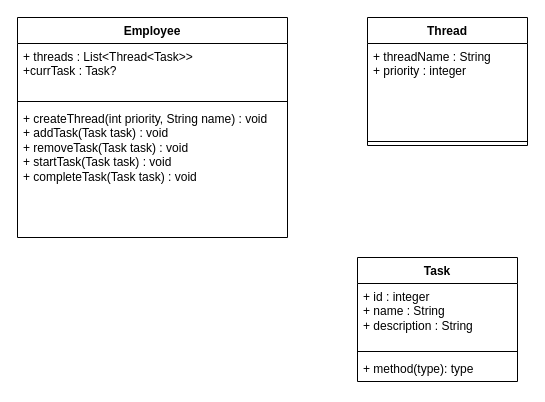
Before: Untitled Diagram.drawio in Anand-Jangid/LLD, a draw.io diagram. Source tidied: cells renumbered, new cells numbered last; positions are measured from the earlier drawing's top-left corner, leaving out a move shared by most shapes. Both pictures are drawn from the tidied source at 100%, with x=0, y=0 at pixel (17, 17).
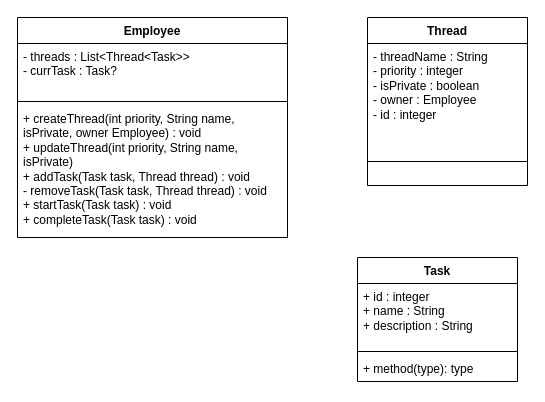
After the change.

Diff of the diagram source:
```diff
@@
 <mxGraphModel>
   <root>
     <mxCell id="0" />
     <mxCell id="1" parent="0" />
     <mxCell id="2" value="Employee" style="swimlane;fontStyle=1;align=center;verticalAlign=top;horizontal=1;startSize=26;whiteSpace=wrap;html=1;" parent="1" vertex="1">
       <mxGeometry width="270" height="220" as="geometry" />
     </mxCell>
-    <mxCell id="3" value="&lt;div&gt;+ threads : List&amp;lt;Thread&amp;lt;Task&amp;gt;&amp;gt;&lt;/div&gt;&lt;div&gt;+currTask : Task?&lt;/div&gt;&lt;div&gt;&lt;br&gt;&lt;/div&gt;" style="text;strokeColor=none;fillColor=none;align=left;verticalAlign=top;spacingLeft=4;spacingRight=4;overflow=hidden;whiteSpace=wrap;html=1;" parent="2" vertex="1">
+    <mxCell id="3" value="&lt;div&gt;- threads : List&amp;lt;Thread&amp;lt;Task&amp;gt;&amp;gt;&lt;/div&gt;&lt;div&gt;- currTask : Task?&lt;/div&gt;&lt;div&gt;&lt;br&gt;&lt;/div&gt;" style="text;strokeColor=none;fillColor=none;align=left;verticalAlign=top;spacingLeft=4;spacingRight=4;overflow=hidden;whiteSpace=wrap;html=1;" parent="2" vertex="1">
       <mxGeometry y="26" width="270" height="54" as="geometry" />
     </mxCell>
     <mxCell id="4" style="line;strokeWidth=1;fillColor=none;align=left;verticalAlign=middle;spacingTop=-1;spacingLeft=3;spacingRight=3;labelPosition=right;strokeColor=inherit;" parent="2" vertex="1">
       <mxGeometry y="80" width="270" height="8" as="geometry" />
     </mxCell>
-    <mxCell id="5" value="+ createThread(int priority, String name) : void&lt;div&gt;+ addTask(Task task) : void&lt;/div&gt;&lt;div&gt;+ removeTask(Task task) : void&lt;/div&gt;&lt;div&gt;+ startTask(Task task) : void&lt;/div&gt;&lt;div&gt;+ completeTask(Task task) : void&lt;/div&gt;&lt;div&gt;&lt;br&gt;&lt;/div&gt;" style="text;strokeColor=none;fillColor=none;align=left;verticalAlign=top;spacingLeft=4;spacingRight=4;overflow=hidden;whiteSpace=wrap;html=1;" parent="2" vertex="1">
+    <mxCell id="5" value="+ createThread(int priority, String name, isPrivate, owner Employee) : void&lt;div&gt;+ updateThread(int priority, String name, isPrivate)&lt;/div&gt;&lt;div&gt;+ addTask(Task task, Thread thread) : void&lt;/div&gt;&lt;div&gt;- removeTask(Task task, Thread thread) : void&lt;/div&gt;&lt;div&gt;+ startTask(Task task) : void&lt;/div&gt;&lt;div&gt;+ completeTask(Task task) : void&lt;/div&gt;&lt;div&gt;&lt;br&gt;&lt;/div&gt;" style="text;strokeColor=none;fillColor=none;align=left;verticalAlign=top;spacingLeft=4;spacingRight=4;overflow=hidden;whiteSpace=wrap;html=1;" parent="2" vertex="1">
       <mxGeometry y="88" width="270" height="132" as="geometry" />
     </mxCell>
     <mxCell id="6" value="Thread" style="swimlane;fontStyle=1;align=center;verticalAlign=top;horizontal=1;startSize=26;whiteSpace=wrap;html=1;" parent="1" vertex="1">
-      <mxGeometry x="350" width="160" height="128" as="geometry" />
+      <mxGeometry x="350" width="160" height="168" as="geometry" />
     </mxCell>
-    <mxCell id="7" value="+ threadName : String&lt;div&gt;+ priority : integer&lt;/div&gt;" style="text;strokeColor=none;fillColor=none;align=left;verticalAlign=top;spacingLeft=4;spacingRight=4;overflow=hidden;whiteSpace=wrap;html=1;" parent="6" vertex="1">
+    <mxCell id="7" value="- threadName : String&lt;div&gt;- priority : integer&lt;/div&gt;&lt;div&gt;- isPrivate : boolean&lt;/div&gt;&lt;div&gt;- owner : Employee&lt;/div&gt;&lt;div&gt;- id : integer&lt;/div&gt;" style="text;strokeColor=none;fillColor=none;align=left;verticalAlign=top;spacingLeft=4;spacingRight=4;overflow=hidden;whiteSpace=wrap;html=1;" parent="6" vertex="1">
       <mxGeometry y="26" width="160" height="94" as="geometry" />
     </mxCell>
     <mxCell id="8" style="line;strokeWidth=1;fillColor=none;align=left;verticalAlign=middle;spacingTop=-1;spacingLeft=3;spacingRight=3;labelPosition=right;strokeColor=inherit;" parent="6" vertex="1">
-      <mxGeometry y="120" width="160" height="8" as="geometry" />
+      <mxGeometry y="120" width="160" height="48" as="geometry" />
     </mxCell>
     <mxCell id="9" value="Task" style="swimlane;fontStyle=1;align=center;verticalAlign=top;horizontal=1;startSize=26;whiteSpace=wrap;html=1;" parent="1" vertex="1">
       <mxGeometry x="340" y="240" width="160" height="124" as="geometry" />
     </mxCell>
     <mxCell id="10" value="+ id : integer&lt;div&gt;+ name : String&lt;/div&gt;&lt;div&gt;+ description : String&lt;/div&gt;" style="text;strokeColor=none;fillColor=none;align=left;verticalAlign=top;spacingLeft=4;spacingRight=4;overflow=hidden;whiteSpace=wrap;html=1;" parent="9" vertex="1">
       <mxGeometry y="26" width="160" height="64" as="geometry" />
     </mxCell>
     <mxCell id="11" style="line;strokeWidth=1;fillColor=none;align=left;verticalAlign=middle;spacingTop=-1;spacingLeft=3;spacingRight=3;labelPosition=right;strokeColor=inherit;" parent="9" vertex="1">
       <mxGeometry y="90" width="160" height="8" as="geometry" />
     </mxCell>
     <mxCell id="12" value="+ method(type): type" style="text;strokeColor=none;fillColor=none;align=left;verticalAlign=top;spacingLeft=4;spacingRight=4;overflow=hidden;whiteSpace=wrap;html=1;" parent="9" vertex="1">
       <mxGeometry y="98" width="160" height="26" as="geometry" />
     </mxCell>
   </root>
 </mxGraphModel>
```
